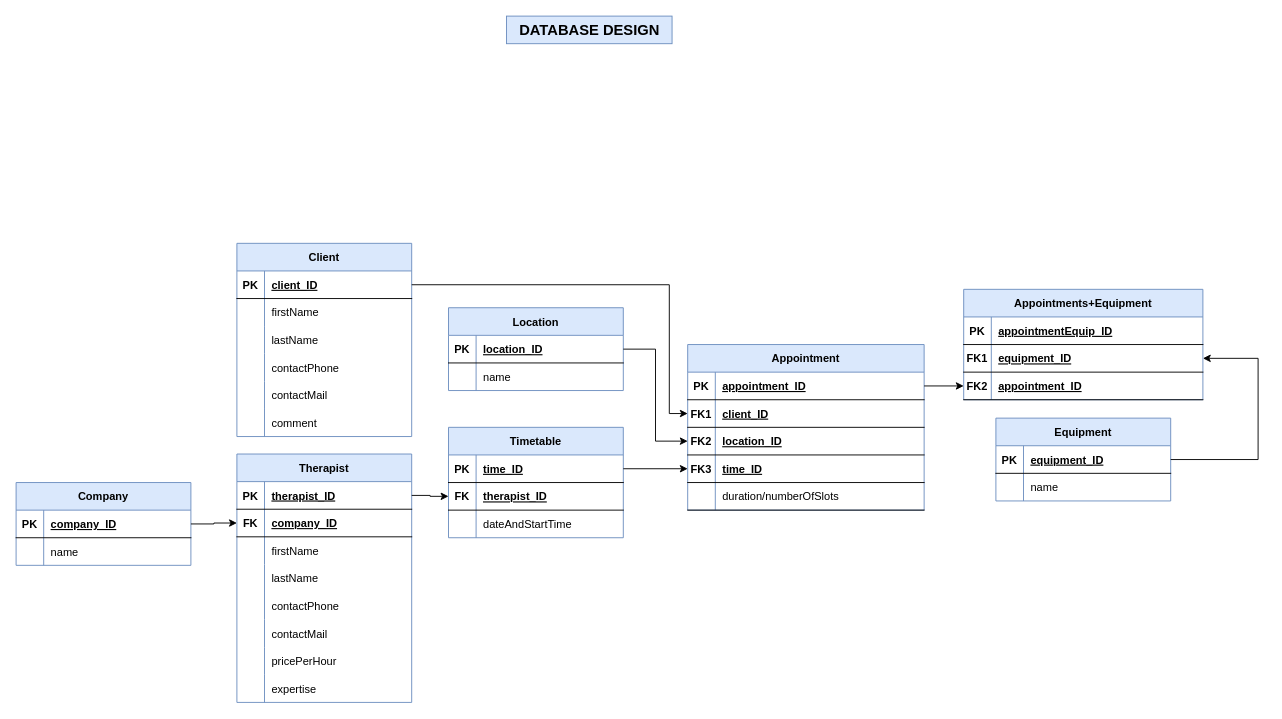
Before: Untitled Diagram.drawio in MariiaSobinina/AgileProject, a draw.io diagram. Source tidied: cells renumbered, new cells numbered last; positions are measured from the earlier drawing's top-left corner, leaving out a move shared by most shapes. Both pictures are drawn from the tidied source at 92%, with x=0, y=0 at pixel (16, 16).
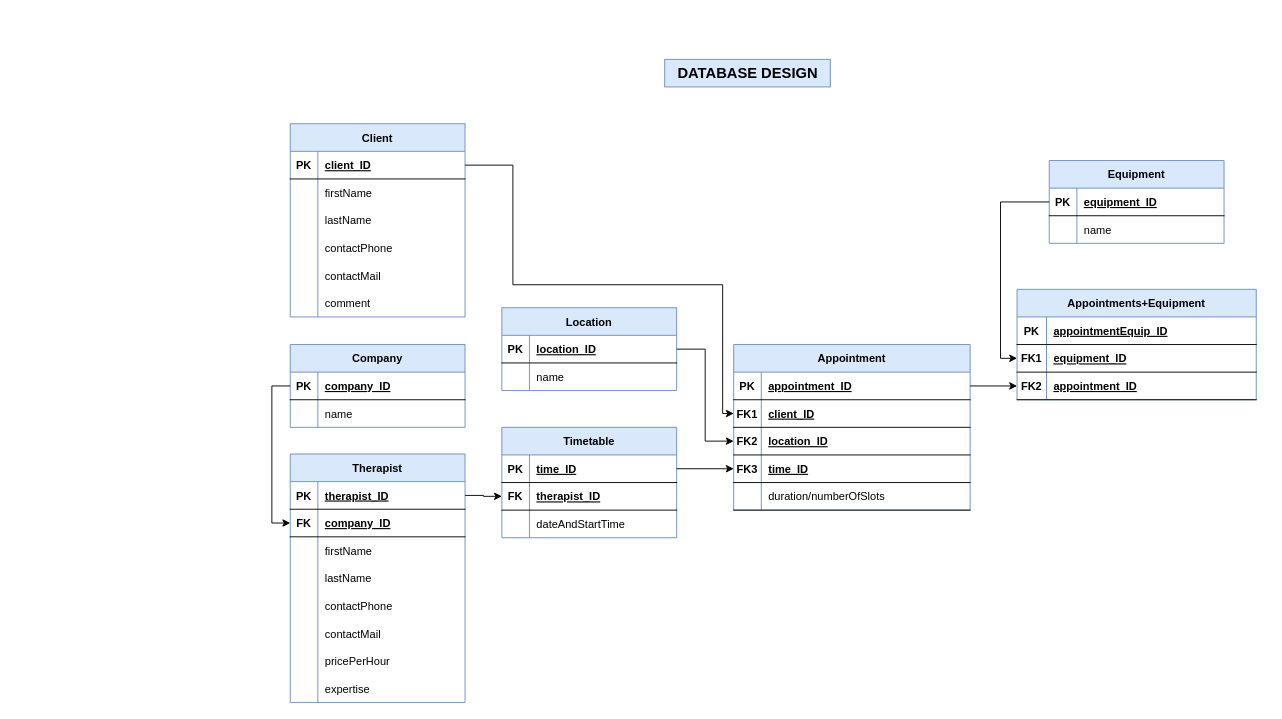
Above is the later version.

Unchanged cells that the change refers to:
```xml
<mxCell id="6" style="shape=tableRow;horizontal=0;startSize=0;swimlaneHead=0;swimlaneBody=0;fillColor=none;points=[[0,0.5],[1,0.5]];portConstraint=eastwest;top=0;left=0;right=0;bottom=1;" parent="2" vertex="1">
  <mxGeometry y="60" width="257" height="30" as="geometry" />
</mxCell>
<mxCell id="22" style="shape=tableRow;horizontal=0;startSize=0;swimlaneHead=0;swimlaneBody=0;fillColor=none;points=[[0,0.5],[1,0.5]];portConstraint=eastwest;top=0;left=0;right=0;bottom=1;" parent="18" vertex="1">
  <mxGeometry y="60" width="190" height="30" as="geometry" />
</mxCell>
<mxCell id="44" style="shape=tableRow;horizontal=0;startSize=0;swimlaneHead=0;swimlaneBody=0;fillColor=none;points=[[0,0.5],[1,0.5]];portConstraint=eastwest;top=0;left=0;right=0;bottom=1;" parent="43" vertex="1">
  <mxGeometry y="30" width="190" height="30" as="geometry" />
</mxCell>
<mxCell id="70" style="shape=tableRow;horizontal=0;startSize=0;swimlaneHead=0;swimlaneBody=0;fillColor=none;points=[[0,0.5],[1,0.5]];portConstraint=eastwest;top=0;left=0;right=0;bottom=1;" parent="69" vertex="1">
  <mxGeometry y="30" width="190" height="30" as="geometry" />
</mxCell>
<mxCell id="77" style="shape=tableRow;horizontal=0;startSize=0;swimlaneHead=0;swimlaneBody=0;fillColor=none;points=[[0,0.5],[1,0.5]];portConstraint=eastwest;top=0;left=0;right=0;bottom=1;" parent="76" vertex="1">
  <mxGeometry y="30" width="190" height="30" as="geometry" />
</mxCell>
<mxCell id="94" style="shape=tableRow;horizontal=0;startSize=0;swimlaneHead=0;swimlaneBody=0;fillColor=none;top=0;left=0;right=0;bottom=1;" parent="93" vertex="1">
  <mxGeometry y="30" width="260" height="30" as="geometry" />
</mxCell>
<mxCell id="97" style="shape=tableRow;horizontal=0;startSize=0;swimlaneHead=0;swimlaneBody=0;fillColor=none;points=[[0,0.5],[1,0.5]];portConstraint=eastwest;top=0;left=0;right=0;bottom=1;" parent="93" vertex="1">
  <mxGeometry y="60" width="260" height="30" as="geometry" />
</mxCell>
<mxCell id="100" style="shape=tableRow;horizontal=0;startSize=0;swimlaneHead=0;swimlaneBody=0;fillColor=none;points=[[0,0.5],[1,0.5]];portConstraint=eastwest;top=0;left=0;right=0;bottom=1;" parent="93" vertex="1">
  <mxGeometry y="90" width="260" height="30" as="geometry" />
</mxCell>
```

Diff of the diagram source:
```diff
@@
     <mxCell id="2" value="Appointment" style="shape=table;startSize=30;childLayout=tableLayout;rowLines=0;fontStyle=1;align=center;fillColor=#dae8fc;strokeColor=#6c8ebf;" parent="1" vertex="1">
-      <mxGeometry x="730" y="357" width="257" height="180" as="geometry" />
+      <mxGeometry x="780" y="357" width="257" height="180" as="geometry" />
     </mxCell>
@@
     <mxCell id="18" value="Therapist" style="shape=table;startSize=30;childLayout=tableLayout;rowLines=0;fontStyle=1;align=center;fillColor=#dae8fc;strokeColor=#6c8ebf;" parent="1" vertex="1">
-      <mxGeometry x="240" y="476" width="190" height="270" as="geometry" />
+      <mxGeometry x="298" y="476" width="190" height="270" as="geometry" />
     </mxCell>
@@
     <mxCell id="43" value="Client" style="shape=table;startSize=30;childLayout=tableLayout;rowLines=0;fontStyle=1;align=center;fillColor=#dae8fc;strokeColor=#6c8ebf;" parent="1" vertex="1">
-      <mxGeometry x="240" y="247" width="190" height="210" as="geometry" />
+      <mxGeometry x="298" y="117" width="190" height="210" as="geometry" />
     </mxCell>
@@
     <mxCell id="62" value="Location" style="shape=table;startSize=30;childLayout=tableLayout;rowLines=0;fontStyle=1;align=center;fillColor=#dae8fc;strokeColor=#6c8ebf;" parent="1" vertex="1">
-      <mxGeometry x="470" y="317" width="190" height="90" as="geometry" />
+      <mxGeometry x="528" y="317" width="190" height="90" as="geometry" />
     </mxCell>
@@
     <mxCell id="69" value="Company" style="shape=table;startSize=30;childLayout=tableLayout;rowLines=0;fontStyle=1;align=center;fillColor=#dae8fc;strokeColor=#6c8ebf;" parent="1" vertex="1">
-      <mxGeometry y="507" width="190" height="90" as="geometry" />
+      <mxGeometry x="298" y="357" width="190" height="90" as="geometry" />
     </mxCell>
@@
     <mxCell id="76" value="Equipment" style="shape=table;startSize=30;childLayout=tableLayout;rowLines=0;fontStyle=1;align=center;fillColor=#dae8fc;strokeColor=#6c8ebf;" parent="1" vertex="1">
-      <mxGeometry x="1065" y="437" width="190" height="90" as="geometry" />
+      <mxGeometry x="1123" y="157" width="190" height="90" as="geometry" />
     </mxCell>
@@
     <mxCell id="83" value="Timetable" style="shape=table;startSize=30;childLayout=tableLayout;rowLines=0;fontStyle=1;align=center;fillColor=#dae8fc;strokeColor=#6c8ebf;" parent="1" vertex="1">
-      <mxGeometry x="470" y="447" width="190" height="120" as="geometry" />
+      <mxGeometry x="528" y="447" width="190" height="120" as="geometry" />
     </mxCell>
@@
     <mxCell id="93" value="Appointments+Equipment" style="shape=table;startSize=30;childLayout=tableLayout;rowLines=0;fontStyle=1;align=center;fillColor=#dae8fc;strokeColor=#6c8ebf;" parent="1" vertex="1">
-      <mxGeometry x="1030" y="297" width="260" height="120" as="geometry" />
+      <mxGeometry x="1088" y="297" width="260" height="120" as="geometry" />
     </mxCell>
@@
     <mxCell id="95" value="PK" style="shape=partialRectangle;fillColor=none;top=0;left=0;bottom=0;right=0;fontStyle=1;overflow=hidden;" parent="94" vertex="1">
-      <mxGeometry width="30" height="30" as="geometry" />
+      <mxGeometry width="32" height="30" as="geometry" />
     </mxCell>
     <mxCell id="96" value="appointmentEquip_ID" style="shape=partialRectangle;fillColor=none;top=0;left=0;bottom=0;right=0;align=left;spacingLeft=6;fontStyle=5;overflow=hidden;" parent="94" vertex="1">
-      <mxGeometry x="30" width="230" height="30" as="geometry" />
+      <mxGeometry x="32" width="228" height="30" as="geometry" />
     </mxCell>
@@
     <mxCell id="98" value="FK1" style="shape=partialRectangle;fillColor=none;top=0;left=0;bottom=0;right=0;fontStyle=1;overflow=hidden;" parent="97" vertex="1">
-      <mxGeometry width="30" height="30" as="geometry" />
+      <mxGeometry width="32" height="30" as="geometry" />
     </mxCell>
     <mxCell id="99" value="equipment_ID" style="shape=partialRectangle;fillColor=none;top=0;left=0;bottom=0;right=0;align=left;spacingLeft=6;fontStyle=5;overflow=hidden;" parent="97" vertex="1">
-      <mxGeometry x="30" width="230" height="30" as="geometry" />
+      <mxGeometry x="32" width="228" height="30" as="geometry" />
     </mxCell>
@@
     <mxCell id="101" value="FK2" style="shape=partialRectangle;fillColor=none;top=0;left=0;bottom=0;right=0;fontStyle=1;overflow=hidden;" parent="100" vertex="1">
-      <mxGeometry width="30" height="30" as="geometry" />
+      <mxGeometry width="32" height="30" as="geometry" />
     </mxCell>
     <mxCell id="102" value="appointment_ID" style="shape=partialRectangle;fillColor=none;top=0;left=0;bottom=0;right=0;align=left;spacingLeft=6;fontStyle=5;overflow=hidden;" parent="100" vertex="1">
-      <mxGeometry x="30" width="230" height="30" as="geometry" />
+      <mxGeometry x="32" width="228" height="30" as="geometry" />
     </mxCell>
     <mxCell id="103" value="DATABASE DESIGN" style="text;html=1;align=center;verticalAlign=middle;strokeColor=#6c8ebf;fillColor=#dae8fc;fontStyle=1;fontSize=16;" parent="1" vertex="1">
-      <mxGeometry x="533" width="180" height="30" as="geometry" />
+      <mxGeometry x="705" y="47" width="180" height="30" as="geometry" />
     </mxCell>
@@
     <mxCell id="108" style="edgeStyle=orthogonalEdgeStyle;rounded=0;jettySize=auto;html=1;exitX=1;exitY=0.5;exitDx=0;exitDy=0;entryX=0;entryY=0.5;entryDx=0;entryDy=0;" parent="1" edge="1" source="44" target="6">
       <mxGeometry relative="1" as="geometry">
         <Array as="points">
-          <mxPoint x="710" y="292" />
-          <mxPoint x="710" y="432" />
+          <mxPoint x="540" y="162" />
+          <mxPoint x="540" y="292" />
+          <mxPoint x="768" y="292" />
+          <mxPoint x="768" y="432" />
         </Array>
       </mxGeometry>
     </mxCell>
-    <mxCell id="109" style="edgeStyle=orthogonalEdgeStyle;rounded=0;jettySize=auto;html=1;exitX=1;exitY=0.5;exitDx=0;exitDy=0;entryX=0;entryY=0.5;entryDx=0;entryDy=0;" parent="1" edge="1" source="70" target="22">
+    <mxCell id="109" style="edgeStyle=orthogonalEdgeStyle;rounded=0;jettySize=auto;html=1;exitX=0;exitY=0.5;exitDx=0;exitDy=0;entryX=0;entryY=0.5;entryDx=0;entryDy=0;" parent="1" edge="1" source="70" target="22">
       <mxGeometry relative="1" as="geometry" />
     </mxCell>
-    <mxCell id="110" style="edgeStyle=orthogonalEdgeStyle;rounded=0;jettySize=auto;html=1;exitX=1;exitY=0.5;exitDx=0;exitDy=0;entryX=1;entryY=0.5;entryDx=0;entryDy=0;" parent="1" edge="1" source="77" target="97">
+    <mxCell id="110" style="edgeStyle=orthogonalEdgeStyle;rounded=0;jettySize=auto;html=1;exitX=0;exitY=0.5;exitDx=0;exitDy=0;entryX=0;entryY=0.5;entryDx=0;entryDy=0;" parent="1" edge="1" source="77" target="97">
       <mxGeometry relative="1" as="geometry">
         <Array as="points">
-          <mxPoint x="1350" y="482" />
-          <mxPoint x="1350" y="372" />
+          <mxPoint x="1070" y="202" />
+          <mxPoint x="1070" y="372" />
         </Array>
       </mxGeometry>
     </mxCell>
```
